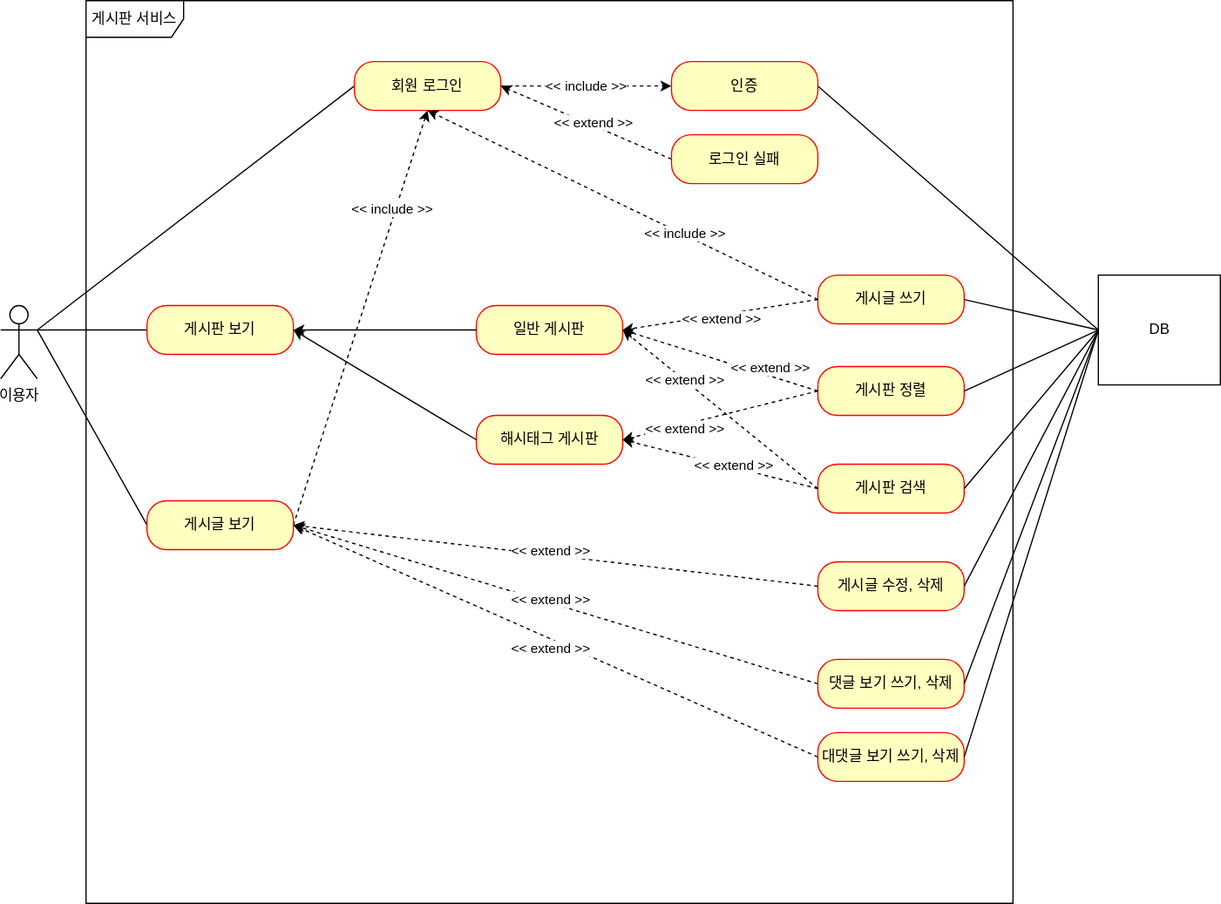
Above: part_02/fastcampus-project-board/document/use-case.svg in NaStillmatic/JavaSpring (draw.io), before the change. Source tidied: cells renumbered, new cells last; positions are measured from the earlier drawing's top-left corner, leaving out a move shared by most shapes.
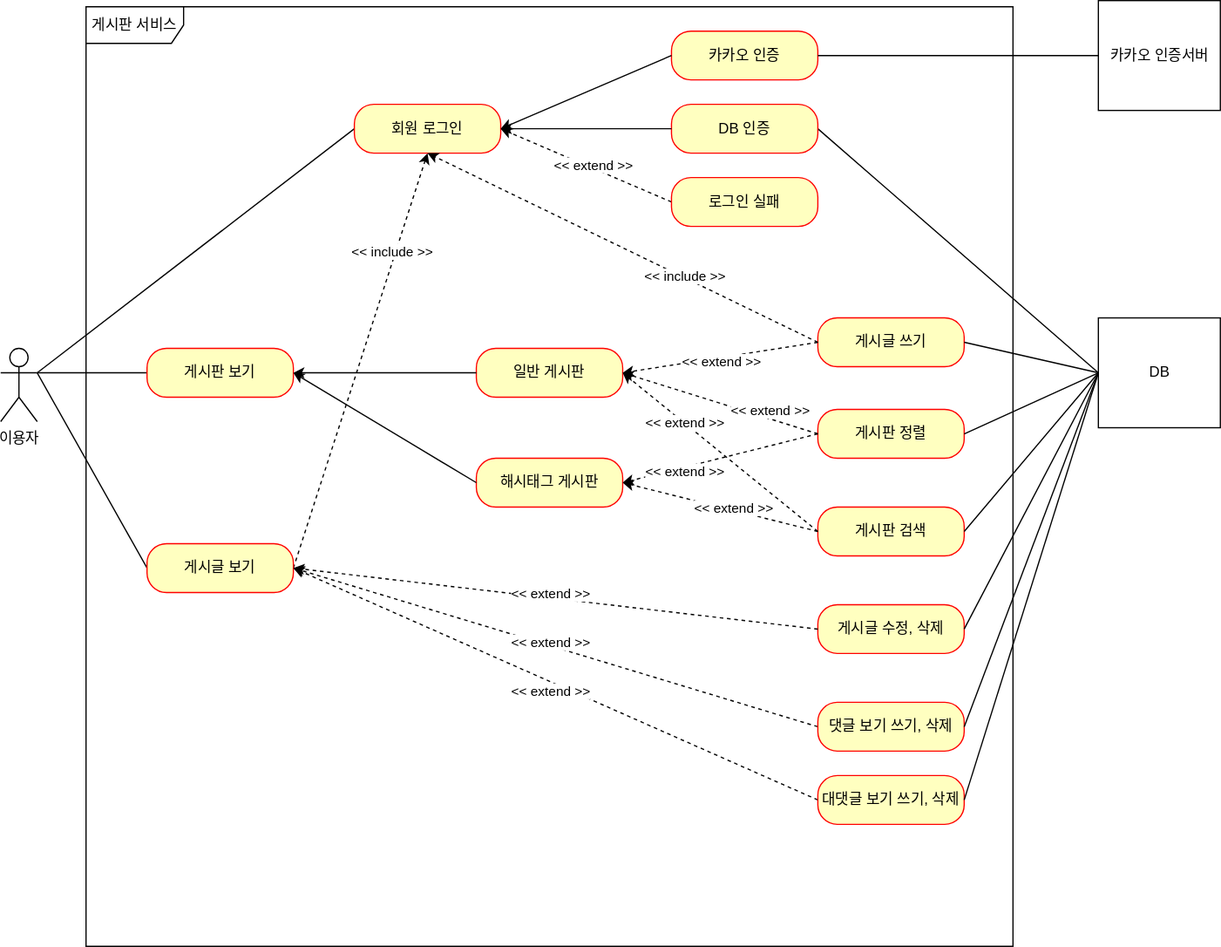
The same file after the commit.

Commit message:
#57 - 카카오 인증 유즈케이스 추가 (대댓글은 미리 표현하였음)

Change to the diagram source:
```diff
@@ -6,7 +6,7 @@
       <mxGeometry y="250" width="30" height="60" as="geometry" />
     </mxCell>
     <mxCell id="3" value="게시판 서비스" style="shape=umlFrame;whiteSpace=wrap;html=1;width=80;height=30;" parent="1" vertex="1">
-      <mxGeometry x="70" width="760" height="740" as="geometry" />
+      <mxGeometry x="70" y="-30" width="760" height="770" as="geometry" />
     </mxCell>
     <mxCell id="4" style="jettySize=auto;html=1;rounded=0;exitX=0;exitY=0.5;exitDx=0;exitDy=0;endArrow=none;endFill=0;entryX=1;entryY=0.3333333333333333;entryDx=0;entryDy=0;entryPerimeter=0;" parent="1" edge="1" source="11" target="2">
       <mxGeometry relative="1" as="geometry" />
@@ -20,22 +20,21 @@
     <mxCell id="7" style="edgeStyle=none;rounded=0;jettySize=auto;html=1;endArrow=none;endFill=0;entryX=1;entryY=0.3333333333333333;entryDx=0;entryDy=0;entryPerimeter=0;exitX=0;exitY=0.5;exitDx=0;exitDy=0;" parent="1" edge="1" source="9" target="2">
       <mxGeometry relative="1" as="geometry" />
     </mxCell>
-    <mxCell id="8" style="edgeStyle=none;rounded=0;jettySize=auto;html=1;dashed=1;endArrow=classic;endFill=1;exitX=1;exitY=0.5;exitDx=0;exitDy=0;entryX=0.5;entryY=1;entryDx=0;entryDy=0;" parent="1" edge="1" source="9" target="11">
-      <mxGeometry relative="1" as="geometry" />
+    <mxCell id="8" style="edgeStyle=none;rounded=0;jettySize=auto;html=1;dashed=1;endArrow=classic;endFill=1;entryX=0.5;entryY=1;entryDx=0;entryDy=0;" parent="1" edge="1" target="11">
+      <mxGeometry relative="1" as="geometry">
+        <mxPoint x="240" y="430" as="sourcePoint" />
+      </mxGeometry>
     </mxCell>
     <mxCell id="9" value="게시글 보기" style="rounded=1;whiteSpace=wrap;html=1;arcSize=40;fontColor=#000000;fillColor=#ffffc0;strokeColor=#ff0000;" parent="1" vertex="1">
       <mxGeometry x="120" y="410" width="120" height="40" as="geometry" />
     </mxCell>
-    <mxCell id="10" value="&amp;lt;&amp;lt; include &amp;gt;&amp;gt;" style="edgeStyle=none;rounded=0;jettySize=auto;html=1;endArrow=classic;endFill=1;dashed=1;" parent="1" edge="1" source="11" target="13">
-      <mxGeometry relative="1" as="geometry" />
-    </mxCell>
     <mxCell id="11" value="회원 로그인" style="rounded=1;whiteSpace=wrap;html=1;arcSize=40;fontColor=#000000;fillColor=#ffffc0;strokeColor=#ff0000;" parent="1" vertex="1">
       <mxGeometry x="290" y="50" width="120" height="40" as="geometry" />
     </mxCell>
     <mxCell id="12" style="edgeStyle=none;rounded=0;jettySize=auto;html=1;entryX=0;entryY=0.5;entryDx=0;entryDy=0;endArrow=none;endFill=0;exitX=1;exitY=0.5;exitDx=0;exitDy=0;" parent="1" edge="1" source="13" target="21">
       <mxGeometry relative="1" as="geometry" />
     </mxCell>
-    <mxCell id="13" value="인증" style="rounded=1;whiteSpace=wrap;html=1;arcSize=40;fontColor=#000000;fillColor=#ffffc0;strokeColor=#ff0000;" parent="1" vertex="1">
+    <mxCell id="13" value="DB 인증" style="rounded=1;whiteSpace=wrap;html=1;arcSize=40;fontColor=#000000;fillColor=#ffffc0;strokeColor=#ff0000;" parent="1" vertex="1">
       <mxGeometry x="550" y="50" width="120" height="40" as="geometry" />
     </mxCell>
     <mxCell id="14" style="edgeStyle=none;rounded=0;jettySize=auto;html=1;entryX=1;entryY=0.5;entryDx=0;entryDy=0;endArrow=classic;endFill=1;exitX=0;exitY=0.5;exitDx=0;exitDy=0;dashed=1;" parent="1" edge="1" source="16" target="11">
@@ -162,5 +161,24 @@
     <mxCell id="52" style="edgeStyle=none;rounded=0;jettySize=auto;html=1;entryX=0;entryY=0.5;entryDx=0;entryDy=0;endArrow=none;endFill=0;exitX=1;exitY=0.5;exitDx=0;exitDy=0;" parent="1" edge="1" source="27" target="21">
       <mxGeometry relative="1" as="geometry" />
     </mxCell>
+    <mxCell id="53" value="카카오 인증" style="rounded=1;whiteSpace=wrap;html=1;arcSize=40;fontColor=#000000;fillColor=#ffffc0;strokeColor=#ff0000;" parent="1" vertex="1">
+      <mxGeometry x="550" y="-10" width="120" height="40" as="geometry" />
+    </mxCell>
+    <mxCell id="54" style="endArrow=classic;html=1;rounded=0;exitX=0;exitY=0.5;exitDx=0;exitDy=0;" parent="1" edge="1" source="53">
+      <mxGeometry relative="1" as="geometry">
+        <mxPoint x="410" y="70" as="targetPoint" />
+      </mxGeometry>
+    </mxCell>
+    <mxCell id="55" style="endArrow=classic;html=1;rounded=0;exitX=0;exitY=0.5;exitDx=0;exitDy=0;entryX=1;entryY=0.5;entryDx=0;entryDy=0;" parent="1" edge="1" source="13" target="11">
+      <mxGeometry relative="1" as="geometry" />
+    </mxCell>
+    <mxCell id="56" value="카카오 인증서버" style="html=1;" parent="1" vertex="1">
+      <mxGeometry x="900" y="-35" width="100" height="90" as="geometry" />
+    </mxCell>
+    <mxCell id="57" style="edgeStyle=none;rounded=0;jettySize=auto;html=1;endArrow=none;endFill=0;exitX=1;exitY=0.5;exitDx=0;exitDy=0;" parent="1" edge="1" source="53">
+      <mxGeometry relative="1" as="geometry">
+        <mxPoint x="900" y="10" as="targetPoint" />
+      </mxGeometry>
+    </mxCell>
   </root>
 </mxGraphModel>
```
